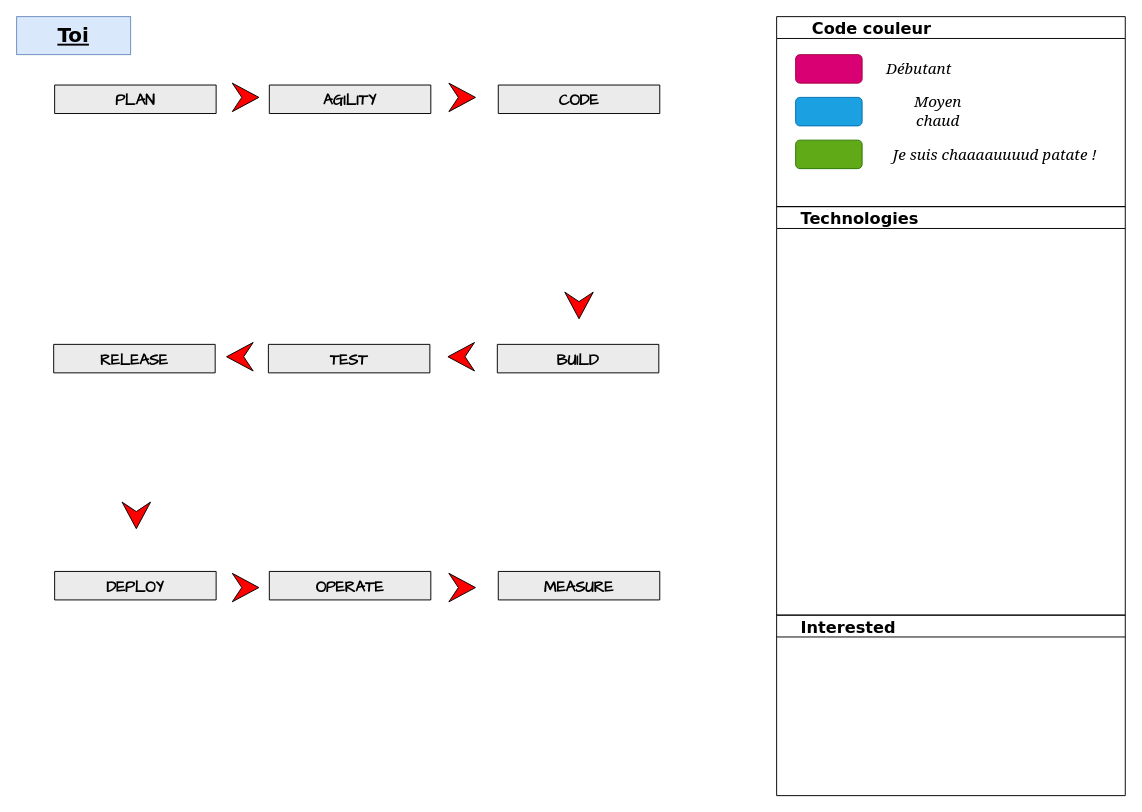
The draw.io diagram skills.drawio in teolia/TeoSchool_skills, before the edit. Source tidied: cells renumbered, new cells numbered last; positions are measured from the earlier drawing's top-left corner, leaving out a move shared by most shapes. Both pictures are drawn from the tidied source at 95%, with x=0, y=0 at pixel (16, 16).
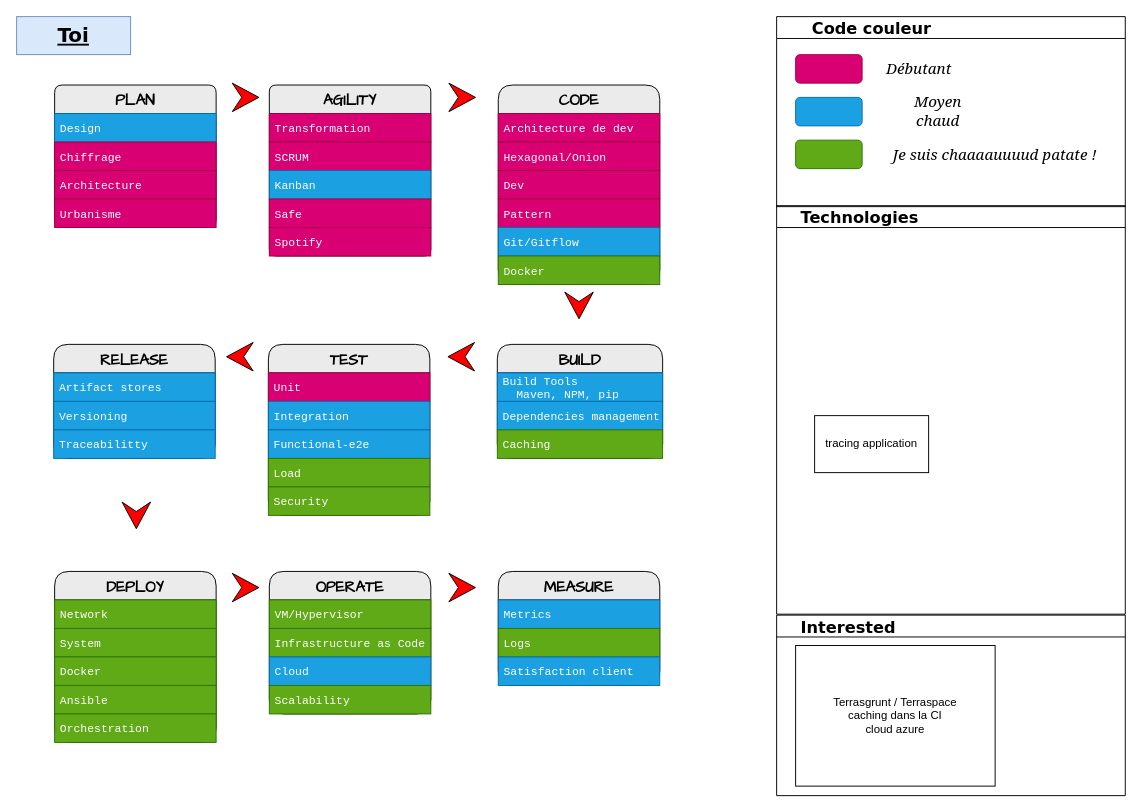
The same page after the edit.

Unchanged cells that the change refers to:
```xml
<mxCell id="28" value="    Interested" style="swimlane;rounded=0;labelBackgroundColor=none;sketch=0;fontFamily=Verdana;fontSize=17;fontColor=#000000;fillColor=none;align=left;" parent="1" vertex="1">
  <mxGeometry x="800" y="630" width="367" height="190" as="geometry" />
</mxCell>
```

The edit, as a diff of the source:
```diff
@@
-    <mxCell id="3" value="PLAN" style="swimlane;fontStyle=1;horizontal=1;startSize=30;fontFamily=Comic Sans MS;rounded=1;arcSize=9;labelBackgroundColor=none;fillColor=#EBEBEB;fontSize=16;" parent="1" vertex="1" collapsed="1">
-      <mxGeometry x="40" y="72" width="170" height="30" as="geometry" />
+    <mxCell id="3" value="PLAN" style="swimlane;fontStyle=1;horizontal=1;startSize=30;fontFamily=Comic Sans MS;rounded=1;arcSize=9;labelBackgroundColor=none;fillColor=#EBEBEB;fontSize=16;" parent="1" vertex="1">
+      <mxGeometry x="40" y="72" width="170" height="150" as="geometry" />
     </mxCell>
+    <mxCell id="29" value="Design" style="text;align=left;verticalAlign=middle;spacingLeft=4;spacingRight=4;overflow=hidden;fontFamily=Courier New;fillColor=#1ba1e2;fontColor=#ffffff;strokeColor=#006EAF;" parent="3" vertex="1">
+      <mxGeometry y="30" width="170" height="30" as="geometry" />
+    </mxCell>
+    <mxCell id="30" value="Chiffrage" style="text;align=left;verticalAlign=middle;spacingLeft=4;spacingRight=4;overflow=hidden;fontFamily=Courier New;fillColor=#d80073;fontColor=#ffffff;strokeColor=#A50040;" parent="3" vertex="1">
+      <mxGeometry y="60" width="170" height="30" as="geometry" />
+    </mxCell>
+    <mxCell id="31" value="Architecture" style="text;align=left;verticalAlign=middle;spacingLeft=4;spacingRight=4;overflow=hidden;fontFamily=Courier New;fillColor=#d80073;fontColor=#ffffff;strokeColor=#A50040;" parent="3" vertex="1">
+      <mxGeometry y="90" width="170" height="30" as="geometry" />
+    </mxCell>
+    <mxCell id="32" value="Urbanisme" style="text;strokeColor=#A50040;fillColor=#d80073;align=left;verticalAlign=middle;spacingLeft=4;spacingRight=4;overflow=hidden;fontFamily=Courier New;fontColor=#ffffff;" parent="3" vertex="1">
+      <mxGeometry y="120" width="170" height="30" as="geometry" />
+    </mxCell>
-    <mxCell id="4" value="AGILITY" style="swimlane;fontStyle=1;horizontal=1;startSize=30;fontFamily=Comic Sans MS;rounded=1;arcSize=8;labelBackgroundColor=none;fillColor=#EBEBEB;fontSize=16;" parent="1" vertex="1" collapsed="1">
-      <mxGeometry x="266" y="72" width="170" height="30" as="geometry" />
+    <mxCell id="4" value="AGILITY" style="swimlane;fontStyle=1;horizontal=1;startSize=30;fontFamily=Comic Sans MS;rounded=1;arcSize=8;labelBackgroundColor=none;fillColor=#EBEBEB;fontSize=16;" parent="1" vertex="1">
+      <mxGeometry x="266" y="72" width="170" height="180" as="geometry" />
     </mxCell>
+    <mxCell id="33" value="Transformation" style="text;align=left;verticalAlign=middle;spacingLeft=4;spacingRight=4;overflow=hidden;fontFamily=Courier New;fillColor=#d80073;fontColor=#ffffff;strokeColor=#A50040;" parent="4" vertex="1">
+      <mxGeometry y="30" width="170" height="30" as="geometry" />
+    </mxCell>
+    <mxCell id="34" value="SCRUM" style="text;strokeColor=#A50040;fillColor=#d80073;align=left;verticalAlign=middle;spacingLeft=4;spacingRight=4;overflow=hidden;fontFamily=Courier New;fontColor=#ffffff;" parent="4" vertex="1">
+      <mxGeometry y="60" width="170" height="30" as="geometry" />
+    </mxCell>
+    <mxCell id="35" value="Kanban" style="text;strokeColor=#006EAF;fillColor=#1ba1e2;align=left;verticalAlign=middle;spacingLeft=4;spacingRight=4;overflow=hidden;fontFamily=Courier New;fontColor=#ffffff;" parent="4" vertex="1">
+      <mxGeometry y="90" width="170" height="30" as="geometry" />
+    </mxCell>
+    <mxCell id="36" value="Safe" style="text;strokeColor=#A50040;fillColor=#d80073;align=left;verticalAlign=middle;spacingLeft=4;spacingRight=4;overflow=hidden;fontFamily=Courier New;fontColor=#ffffff;" parent="4" vertex="1">
+      <mxGeometry y="120" width="170" height="30" as="geometry" />
+    </mxCell>
+    <mxCell id="37" value="Spotify" style="text;strokeColor=#A50040;fillColor=#d80073;align=left;verticalAlign=middle;spacingLeft=4;spacingRight=4;overflow=hidden;fontFamily=Courier New;fontColor=#ffffff;" parent="4" vertex="1">
+      <mxGeometry y="150" width="170" height="30" as="geometry" />
+    </mxCell>
-    <mxCell id="5" value="CODE" style="swimlane;fontStyle=1;horizontal=1;startSize=30;fontFamily=Comic Sans MS;rounded=1;arcSize=17;labelBackgroundColor=none;fillColor=#EBEBEB;fontSize=16;" parent="1" vertex="1" collapsed="1">
-      <mxGeometry x="507" y="72" width="170" height="30" as="geometry" />
+    <mxCell id="5" value="CODE" style="swimlane;fontStyle=1;horizontal=1;startSize=30;fontFamily=Comic Sans MS;rounded=1;arcSize=17;labelBackgroundColor=none;fillColor=#EBEBEB;fontSize=16;" parent="1" vertex="1">
+      <mxGeometry x="507" y="72" width="170" height="210" as="geometry" />
     </mxCell>
+    <mxCell id="38" value="Architecture de dev" style="text;align=left;verticalAlign=middle;spacingLeft=4;spacingRight=4;overflow=hidden;fontFamily=Courier New;fillColor=#d80073;fontColor=#ffffff;strokeColor=#A50040;" parent="5" vertex="1">
+      <mxGeometry y="30" width="170" height="30" as="geometry" />
+    </mxCell>
+    <mxCell id="39" value="Hexagonal/Onion" style="text;strokeColor=#A50040;fillColor=#d80073;align=left;verticalAlign=middle;spacingLeft=4;spacingRight=4;overflow=hidden;fontFamily=Courier New;fontColor=#ffffff;" parent="5" vertex="1">
+      <mxGeometry y="60" width="170" height="30" as="geometry" />
+    </mxCell>
+    <mxCell id="40" value="Dev" style="text;strokeColor=#A50040;fillColor=#d80073;align=left;verticalAlign=middle;spacingLeft=4;spacingRight=4;overflow=hidden;fontFamily=Courier New;fontColor=#ffffff;" parent="5" vertex="1">
+      <mxGeometry y="90" width="170" height="30" as="geometry" />
+    </mxCell>
+    <mxCell id="41" value="Pattern" style="text;strokeColor=#A50040;fillColor=#d80073;align=left;verticalAlign=middle;spacingLeft=4;spacingRight=4;overflow=hidden;fontFamily=Courier New;fontColor=#ffffff;" parent="5" vertex="1">
+      <mxGeometry y="120" width="170" height="30" as="geometry" />
+    </mxCell>
+    <mxCell id="42" value="Git/Gitflow" style="text;strokeColor=#006EAF;fillColor=#1ba1e2;align=left;verticalAlign=middle;spacingLeft=4;spacingRight=4;overflow=hidden;fontFamily=Courier New;fontColor=#ffffff;" parent="5" vertex="1">
+      <mxGeometry y="150" width="170" height="30" as="geometry" />
+    </mxCell>
+    <mxCell id="43" value="Docker" style="text;strokeColor=#2D7600;fillColor=#60a917;align=left;verticalAlign=middle;spacingLeft=4;spacingRight=4;overflow=hidden;fontFamily=Courier New;fontColor=#ffffff;" parent="5" vertex="1">
+      <mxGeometry y="180" width="170" height="30" as="geometry" />
+    </mxCell>
@@
-    <mxCell id="8" value="RELEASE" style="swimlane;fontStyle=1;horizontal=1;startSize=30;fontFamily=Comic Sans MS;rounded=1;arcSize=17;labelBackgroundColor=none;fillColor=#EBEBEB;fontSize=16;" parent="1" vertex="1" collapsed="1">
-      <mxGeometry x="39" y="345" width="170" height="30" as="geometry" />
+    <mxCell id="8" value="RELEASE" style="swimlane;fontStyle=1;horizontal=1;startSize=30;fontFamily=Comic Sans MS;rounded=1;arcSize=17;labelBackgroundColor=none;fillColor=#EBEBEB;fontSize=16;" parent="1" vertex="1">
+      <mxGeometry x="39" y="345" width="170" height="120" as="geometry" />
     </mxCell>
+    <mxCell id="44" value="Artifact stores" style="text;align=left;verticalAlign=middle;spacingLeft=4;spacingRight=4;overflow=hidden;fontFamily=Courier New;fillColor=#1ba1e2;fontColor=#ffffff;strokeColor=#006EAF;" parent="8" vertex="1">
+      <mxGeometry y="30" width="170" height="30" as="geometry" />
+    </mxCell>
+    <mxCell id="45" value="Versioning" style="text;strokeColor=#006EAF;fillColor=#1ba1e2;align=left;verticalAlign=middle;spacingLeft=4;spacingRight=4;overflow=hidden;fontFamily=Courier New;fontColor=#ffffff;" parent="8" vertex="1">
+      <mxGeometry y="60" width="170" height="30" as="geometry" />
+    </mxCell>
+    <mxCell id="46" value="Traceabilitty" style="text;strokeColor=#006EAF;fillColor=#1ba1e2;align=left;verticalAlign=middle;spacingLeft=4;spacingRight=4;overflow=hidden;fontFamily=Courier New;fontColor=#ffffff;" parent="8" vertex="1">
+      <mxGeometry y="90" width="170" height="30" as="geometry" />
+    </mxCell>
-    <mxCell id="9" value="TEST" style="swimlane;fontStyle=1;horizontal=1;startSize=30;fontFamily=Comic Sans MS;rounded=1;arcSize=17;labelBackgroundColor=none;fillColor=#EBEBEB;fontSize=16;" parent="1" vertex="1" collapsed="1">
-      <mxGeometry x="265" y="345" width="170" height="30" as="geometry" />
+    <mxCell id="9" value="TEST" style="swimlane;fontStyle=1;horizontal=1;startSize=30;fontFamily=Comic Sans MS;rounded=1;arcSize=17;labelBackgroundColor=none;fillColor=#EBEBEB;fontSize=16;" parent="1" vertex="1">
+      <mxGeometry x="265" y="345" width="170" height="180" as="geometry" />
     </mxCell>
+    <mxCell id="47" value="Unit" style="text;align=left;verticalAlign=middle;spacingLeft=4;spacingRight=4;overflow=hidden;fontFamily=Courier New;fillColor=#d80073;fontColor=#ffffff;strokeColor=#A50040;" parent="9" vertex="1">
+      <mxGeometry y="30" width="170" height="30" as="geometry" />
+    </mxCell>
+    <mxCell id="48" value="Integration" style="text;strokeColor=#006EAF;fillColor=#1ba1e2;align=left;verticalAlign=middle;spacingLeft=4;spacingRight=4;overflow=hidden;fontFamily=Courier New;fontColor=#ffffff;" parent="9" vertex="1">
+      <mxGeometry y="60" width="170" height="30" as="geometry" />
+    </mxCell>
+    <mxCell id="49" value="Functional-e2e" style="text;strokeColor=#006EAF;fillColor=#1ba1e2;align=left;verticalAlign=middle;spacingLeft=4;spacingRight=4;overflow=hidden;fontFamily=Courier New;fontColor=#ffffff;" parent="9" vertex="1">
+      <mxGeometry y="90" width="170" height="30" as="geometry" />
+    </mxCell>
+    <mxCell id="50" value="Load" style="text;strokeColor=#2D7600;fillColor=#60a917;align=left;verticalAlign=middle;spacingLeft=4;spacingRight=4;overflow=hidden;fontFamily=Courier New;fontColor=#ffffff;" parent="9" vertex="1">
+      <mxGeometry y="120" width="170" height="30" as="geometry" />
+    </mxCell>
+    <mxCell id="51" value="Security" style="text;strokeColor=#2D7600;fillColor=#60a917;align=left;verticalAlign=middle;spacingLeft=4;spacingRight=4;overflow=hidden;fontFamily=Courier New;fontColor=#ffffff;" parent="9" vertex="1">
+      <mxGeometry y="150" width="170" height="30" as="geometry" />
+    </mxCell>
-    <mxCell id="10" value="BUILD" style="swimlane;fontStyle=1;horizontal=1;startSize=30;fontFamily=Comic Sans MS;rounded=1;arcSize=17;labelBackgroundColor=none;fillColor=#EBEBEB;fontSize=16;" parent="1" vertex="1" collapsed="1">
-      <mxGeometry x="506" y="345" width="170" height="30" as="geometry" />
+    <mxCell id="10" value="BUILD" style="swimlane;fontStyle=1;horizontal=1;startSize=30;fontFamily=Comic Sans MS;rounded=1;arcSize=17;labelBackgroundColor=none;fillColor=#EBEBEB;fontSize=16;" parent="1" vertex="1">
+      <mxGeometry x="506" y="345" width="174" height="120" as="geometry" />
     </mxCell>
+    <mxCell id="52" value="Build Tools&#10;  Maven, NPM, pip" style="text;align=left;verticalAlign=middle;spacingLeft=4;spacingRight=4;overflow=hidden;fontFamily=Courier New;fillColor=#1ba1e2;fontColor=#ffffff;strokeColor=#006EAF;" parent="10" vertex="1">
+      <mxGeometry y="30" width="174" height="30" as="geometry" />
+    </mxCell>
+    <mxCell id="53" value="Dependencies management" style="text;strokeColor=#006EAF;fillColor=#1ba1e2;align=left;verticalAlign=middle;spacingLeft=4;spacingRight=4;overflow=hidden;fontFamily=Courier New;fontColor=#ffffff;" parent="10" vertex="1">
+      <mxGeometry y="60" width="174" height="30" as="geometry" />
+    </mxCell>
+    <mxCell id="54" value="Caching" style="text;strokeColor=#2D7600;fillColor=#60a917;align=left;verticalAlign=middle;spacingLeft=4;spacingRight=4;overflow=hidden;fontFamily=Courier New;fontColor=#ffffff;" parent="10" vertex="1">
+      <mxGeometry y="90" width="174" height="30" as="geometry" />
+    </mxCell>
-    <mxCell id="11" value="DEPLOY" style="swimlane;fontStyle=1;horizontal=1;startSize=30;fontFamily=Comic Sans MS;rounded=1;arcSize=17;labelBackgroundColor=none;fillColor=#EBEBEB;fontSize=16;" parent="1" vertex="1" collapsed="1">
-      <mxGeometry x="40" y="584" width="170" height="30" as="geometry" />
+    <mxCell id="11" value="DEPLOY" style="swimlane;fontStyle=1;horizontal=1;startSize=30;fontFamily=Comic Sans MS;rounded=1;arcSize=17;labelBackgroundColor=none;fillColor=#EBEBEB;fontSize=16;" parent="1" vertex="1">
+      <mxGeometry x="40" y="584" width="170" height="180" as="geometry" />
     </mxCell>
+    <mxCell id="55" value="Network" style="text;align=left;verticalAlign=middle;spacingLeft=4;spacingRight=4;overflow=hidden;fontFamily=Courier New;fillColor=#60a917;fontColor=#ffffff;strokeColor=#2D7600;" parent="11" vertex="1">
+      <mxGeometry y="30" width="170" height="30" as="geometry" />
+    </mxCell>
+    <mxCell id="56" value="System" style="text;strokeColor=#2D7600;fillColor=#60a917;align=left;verticalAlign=middle;spacingLeft=4;spacingRight=4;overflow=hidden;fontFamily=Courier New;fontColor=#ffffff;" parent="11" vertex="1">
+      <mxGeometry y="60" width="170" height="30" as="geometry" />
+    </mxCell>
+    <mxCell id="57" value="Docker" style="text;strokeColor=#2D7600;fillColor=#60a917;align=left;verticalAlign=middle;spacingLeft=4;spacingRight=4;overflow=hidden;fontFamily=Courier New;fontColor=#ffffff;" parent="11" vertex="1">
+      <mxGeometry y="90" width="170" height="30" as="geometry" />
+    </mxCell>
+    <mxCell id="58" value="Ansible" style="text;strokeColor=#2D7600;fillColor=#60a917;align=left;verticalAlign=middle;spacingLeft=4;spacingRight=4;overflow=hidden;fontFamily=Courier New;fontColor=#ffffff;" parent="11" vertex="1">
+      <mxGeometry y="120" width="170" height="30" as="geometry" />
+    </mxCell>
+    <mxCell id="59" value="Orchestration" style="text;strokeColor=#2D7600;fillColor=#60a917;align=left;verticalAlign=middle;spacingLeft=4;spacingRight=4;overflow=hidden;fontFamily=Courier New;fontColor=#ffffff;" parent="11" vertex="1">
+      <mxGeometry y="150" width="170" height="30" as="geometry" />
+    </mxCell>
-    <mxCell id="12" value="OPERATE" style="swimlane;fontStyle=1;horizontal=1;startSize=30;fontFamily=Comic Sans MS;rounded=1;arcSize=17;labelBackgroundColor=none;fillColor=#EBEBEB;fontSize=16;" parent="1" vertex="1" collapsed="1">
-      <mxGeometry x="266" y="584" width="170" height="30" as="geometry" />
+    <mxCell id="12" value="OPERATE" style="swimlane;fontStyle=1;horizontal=1;startSize=30;fontFamily=Comic Sans MS;rounded=1;arcSize=17;labelBackgroundColor=none;fillColor=#EBEBEB;fontSize=16;" parent="1" vertex="1">
+      <mxGeometry x="266" y="584" width="170" height="150" as="geometry" />
     </mxCell>
+    <mxCell id="60" value="VM/Hypervisor" style="text;align=left;verticalAlign=middle;spacingLeft=4;spacingRight=4;overflow=hidden;fontFamily=Courier New;fillColor=#60a917;fontColor=#ffffff;strokeColor=#2D7600;" parent="12" vertex="1">
+      <mxGeometry y="30" width="170" height="30" as="geometry" />
+    </mxCell>
+    <mxCell id="61" value="Infrastructure as Code" style="text;strokeColor=#2D7600;fillColor=#60a917;align=left;verticalAlign=middle;spacingLeft=4;spacingRight=4;overflow=hidden;fontFamily=Courier New;fontColor=#ffffff;" parent="12" vertex="1">
+      <mxGeometry y="60" width="170" height="30" as="geometry" />
+    </mxCell>
+    <mxCell id="62" value="Cloud" style="text;strokeColor=#006EAF;fillColor=#1ba1e2;align=left;verticalAlign=middle;spacingLeft=4;spacingRight=4;overflow=hidden;fontFamily=Courier New;fontColor=#ffffff;" parent="12" vertex="1">
+      <mxGeometry y="90" width="170" height="30" as="geometry" />
+    </mxCell>
+    <mxCell id="63" value="Scalability" style="text;strokeColor=#2D7600;fillColor=#60a917;align=left;verticalAlign=middle;spacingLeft=4;spacingRight=4;overflow=hidden;fontFamily=Courier New;fontColor=#ffffff;" parent="12" vertex="1">
+      <mxGeometry y="120" width="170" height="30" as="geometry" />
+    </mxCell>
-    <mxCell id="13" value="MEASURE" style="swimlane;fontStyle=1;horizontal=1;startSize=30;fontFamily=Comic Sans MS;rounded=1;arcSize=17;labelBackgroundColor=none;fillColor=#EBEBEB;fontSize=16;" parent="1" vertex="1" collapsed="1">
-      <mxGeometry x="507" y="584" width="170" height="30" as="geometry" />
+    <mxCell id="13" value="MEASURE" style="swimlane;fontStyle=1;horizontal=1;startSize=30;fontFamily=Comic Sans MS;rounded=1;arcSize=17;labelBackgroundColor=none;fillColor=#EBEBEB;fontSize=16;" parent="1" vertex="1">
+      <mxGeometry x="507" y="584" width="170" height="120" as="geometry" />
     </mxCell>
+    <mxCell id="64" value="Metrics" style="text;align=left;verticalAlign=middle;spacingLeft=4;spacingRight=4;overflow=hidden;fontFamily=Courier New;fillColor=#1ba1e2;fontColor=#ffffff;strokeColor=#006EAF;" parent="13" vertex="1">
+      <mxGeometry y="30" width="170" height="30" as="geometry" />
+    </mxCell>
+    <mxCell id="65" value="Logs" style="text;strokeColor=#2D7600;fillColor=#60a917;align=left;verticalAlign=middle;spacingLeft=4;spacingRight=4;overflow=hidden;fontFamily=Courier New;fontColor=#ffffff;" parent="13" vertex="1">
+      <mxGeometry y="60" width="170" height="30" as="geometry" />
+    </mxCell>
+    <mxCell id="66" value="Satisfaction client" style="text;strokeColor=#006EAF;fillColor=#1ba1e2;align=left;verticalAlign=middle;spacingLeft=4;spacingRight=4;overflow=hidden;fontFamily=Courier New;fontColor=#ffffff;" parent="13" vertex="1">
+      <mxGeometry y="90" width="170" height="30" as="geometry" />
+    </mxCell>
@@
     <mxCell id="27" value="    Technologies" style="swimlane;rounded=0;labelBackgroundColor=none;sketch=0;fontFamily=Verdana;fontSize=17;fontColor=#000000;fillColor=none;align=left;" parent="1" vertex="1">
-      <mxGeometry x="800" y="200" width="367" height="430" as="geometry" />
+      <mxGeometry x="800" y="199" width="367" height="430" as="geometry" />
     </mxCell>
+    <mxCell id="67" value="tracing application" style="rounded=0;whiteSpace=wrap;html=1;" parent="27" vertex="1">
+      <mxGeometry x="40" y="221" width="120" height="60" as="geometry" />
+    </mxCell>
@@
+    <mxCell id="68" value="Terrasgrunt / Terraspace&lt;br&gt;caching dans la CI&lt;br&gt;cloud azure&lt;br&gt;" style="rounded=0;whiteSpace=wrap;html=1;" parent="28" vertex="1">
+      <mxGeometry x="20" y="32" width="210" height="148" as="geometry" />
+    </mxCell>
```
